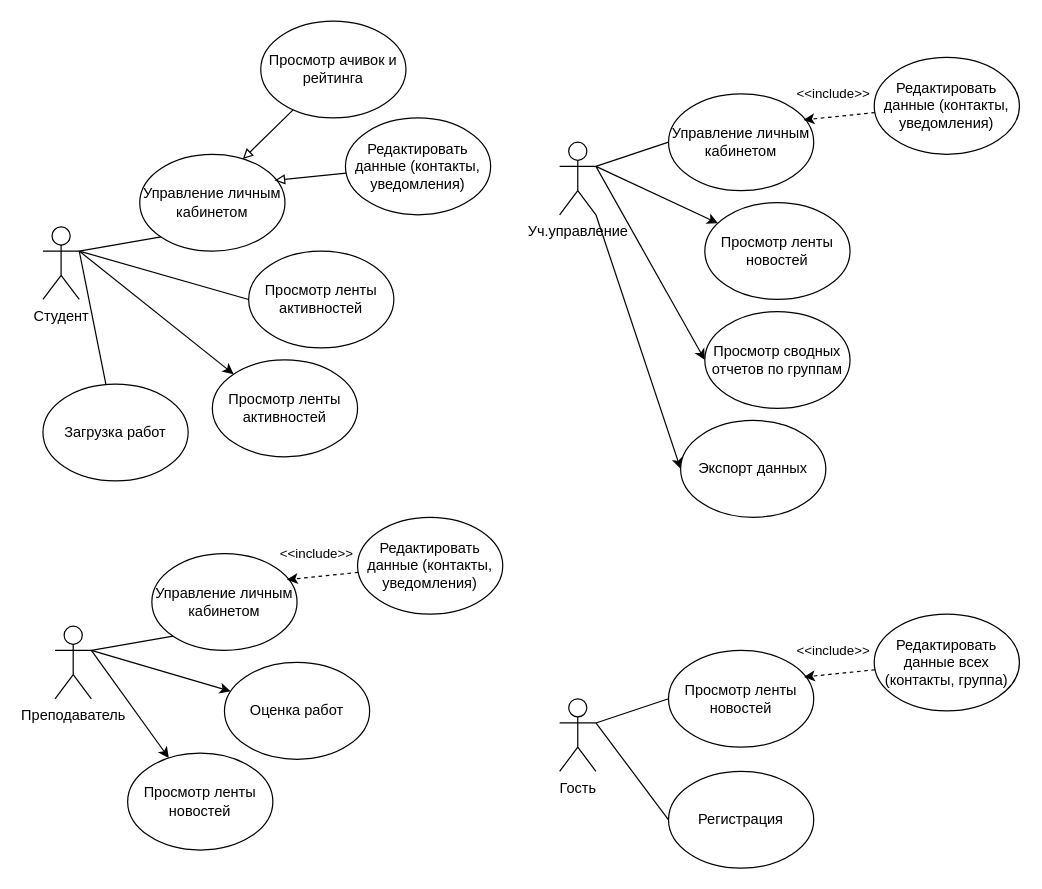
Before: pis2.drawio in danaddi/draw.io, a draw.io diagram. Source tidied: cells renumbered, new cells numbered last; positions are measured from the earlier drawing's top-left corner, leaving out a move shared by most shapes. Both pictures are drawn from the tidied source at 121%, with x=0, y=0 at pixel (42, 21).
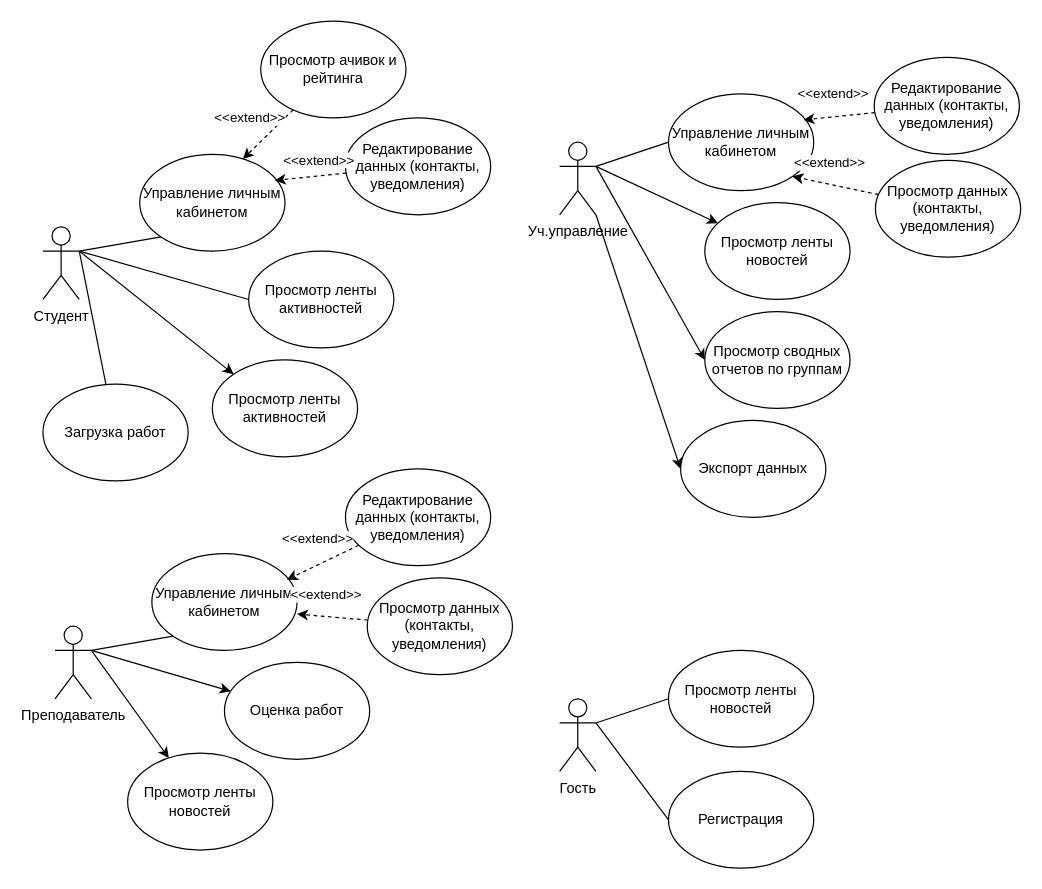
The same diagram, later.

The change refers to these unchanged cells:
```xml
<mxCell id="12" value="Управление личным кабинетом" style="ellipse;whiteSpace=wrap;html=1;" parent="1" vertex="1">
  <mxGeometry x="80" y="110" width="120" height="80" as="geometry" />
</mxCell>
<mxCell id="15" value="Просмотр ачивок и рейтинга" style="ellipse;whiteSpace=wrap;html=1;" parent="1" vertex="1">
  <mxGeometry x="180" width="120" height="80" as="geometry" />
</mxCell>
<mxCell id="25" style="rounded=0;jettySize=auto;html=1;entryX=0.93;entryY=0.27;entryDx=0;entryDy=0;entryPerimeter=0;endArrow=classic;endFill=1;dashed=1;" parent="1" edge="1" source="24" target="23">
  <mxGeometry relative="1" as="geometry" />
</mxCell>
<mxCell id="29" value="Управление личным кабинетом" style="ellipse;whiteSpace=wrap;html=1;" parent="1" vertex="1">
  <mxGeometry x="517" y="60" width="120" height="80" as="geometry" />
</mxCell>
<mxCell id="31" style="rounded=0;jettySize=auto;html=1;entryX=0.93;entryY=0.27;entryDx=0;entryDy=0;entryPerimeter=0;endArrow=classic;endFill=1;dashed=1;" parent="1" edge="1" source="30" target="29">
  <mxGeometry relative="1" as="geometry" />
</mxCell>
```

Change to the diagram source:
```diff
@@
-    <mxCell id="16" value="Редактировать данные (контакты, уведомления)" style="ellipse;whiteSpace=wrap;html=1;" parent="1" vertex="1">
+    <mxCell id="16" value="Редактирование данныx (контакты, уведомления)" style="ellipse;whiteSpace=wrap;html=1;" parent="1" vertex="1">
       <mxGeometry x="250" y="80" width="120" height="80" as="geometry" />
     </mxCell>
@@
-    <mxCell id="19" style="rounded=0;jettySize=auto;html=1;entryX=0.71;entryY=0.05;entryDx=0;entryDy=0;entryPerimeter=0;endArrow=block;endFill=0;" parent="1" edge="1" source="15" target="12">
+    <mxCell id="19" style="rounded=0;jettySize=auto;html=1;entryX=0.71;entryY=0.05;entryDx=0;entryDy=0;entryPerimeter=0;endArrow=classic;endFill=1;dashed=1;" parent="1" edge="1" source="15" target="12">
       <mxGeometry relative="1" as="geometry" />
     </mxCell>
+    <mxCell id="45" value="&amp;lt;&amp;lt;extend&amp;gt;&amp;gt;" style="edgeLabel;html=1;align=center;verticalAlign=middle;" parent="19" vertex="1">
+      <mxGeometry x="0.08" y="-1" relative="1" as="geometry">
+        <mxPoint x="-13" y="-15" as="offset" />
+      </mxGeometry>
+    </mxCell>
-    <mxCell id="20" style="rounded=0;jettySize=auto;html=1;entryX=0.93;entryY=0.27;entryDx=0;entryDy=0;entryPerimeter=0;endArrow=block;endFill=0;" parent="1" edge="1" source="16" target="12">
+    <mxCell id="20" style="rounded=0;jettySize=auto;html=1;entryX=0.93;entryY=0.27;entryDx=0;entryDy=0;entryPerimeter=0;endArrow=classic;endFill=1;dashed=1;" parent="1" edge="1" source="16" target="12">
       <mxGeometry relative="1" as="geometry" />
     </mxCell>
+    <mxCell id="46" value="&amp;lt;&amp;lt;extend&amp;gt;&amp;gt;" style="edgeLabel;html=1;align=center;verticalAlign=middle;" parent="20" vertex="1">
+      <mxGeometry x="-0.21" y="-1" relative="1" as="geometry">
+        <mxPoint y="-12" as="offset" />
+      </mxGeometry>
+    </mxCell>
@@
-    <mxCell id="24" value="Редактировать данные (контакты, уведомления)" style="ellipse;whiteSpace=wrap;html=1;" parent="1" vertex="1">
-      <mxGeometry x="260" y="410" width="120" height="80" as="geometry" />
+    <mxCell id="24" value="Редактирование данных (контакты, уведомления)" style="ellipse;whiteSpace=wrap;html=1;" parent="1" vertex="1">
+      <mxGeometry x="250" y="370" width="120" height="80" as="geometry" />
     </mxCell>
@@
-    <mxCell id="26" value="&amp;lt;&amp;lt;include&amp;gt;&amp;gt;" style="edgeLabel;html=1;align=center;verticalAlign=middle;" parent="25" vertex="1">
+    <mxCell id="26" value="&amp;lt;&amp;lt;extend&amp;gt;&amp;gt;" style="edgeLabel;html=1;align=center;verticalAlign=middle;" parent="25" vertex="1">
       <mxGeometry x="-0.02" relative="1" as="geometry">
         <mxPoint x="-6" y="-19" as="offset" />
       </mxGeometry>
     </mxCell>
@@
-    <mxCell id="30" value="Редактировать данные (контакты, уведомления)" style="ellipse;whiteSpace=wrap;html=1;" parent="1" vertex="1">
+    <mxCell id="30" value="Редактирование данных (контакты, уведомления)" style="ellipse;whiteSpace=wrap;html=1;" parent="1" vertex="1">
       <mxGeometry x="687" y="30" width="120" height="80" as="geometry" />
     </mxCell>
@@
-    <mxCell id="32" value="&amp;lt;&amp;lt;include&amp;gt;&amp;gt;" style="edgeLabel;html=1;align=center;verticalAlign=middle;" parent="31" vertex="1">
+    <mxCell id="32" value="&amp;lt;&amp;lt;extend&amp;gt;&amp;gt;" style="edgeLabel;html=1;align=center;verticalAlign=middle;" parent="31" vertex="1">
       <mxGeometry x="-0.02" relative="1" as="geometry">
         <mxPoint x="-6" y="-19" as="offset" />
       </mxGeometry>
     </mxCell>
@@
-    <mxCell id="41" value="Редактировать данные всех (контакты, группа)" style="ellipse;whiteSpace=wrap;html=1;" parent="1" vertex="1">
-      <mxGeometry x="687" y="490" width="120" height="80" as="geometry" />
-    </mxCell>
@@
-    <mxCell id="43" style="rounded=0;jettySize=auto;html=1;entryX=0.93;entryY=0.27;entryDx=0;entryDy=0;entryPerimeter=0;endArrow=classic;endFill=1;dashed=1;" parent="1" edge="1" source="41">
-      <mxGeometry relative="1" as="geometry">
-        <mxPoint x="629" y="542" as="targetPoint" />
-      </mxGeometry>
-    </mxCell>
-    <mxCell id="44" value="&amp;lt;&amp;lt;include&amp;gt;&amp;gt;" style="edgeLabel;html=1;align=center;verticalAlign=middle;" parent="43" vertex="1">
-      <mxGeometry x="-0.02" relative="1" as="geometry">
-        <mxPoint x="-6" y="-19" as="offset" />
-      </mxGeometry>
-    </mxCell>
+    <mxCell id="47" value="Просмотр данныx (контакты, уведомления)" style="ellipse;whiteSpace=wrap;html=1;" parent="1" vertex="1">
+      <mxGeometry x="268" y="460" width="120" height="80" as="geometry" />
+    </mxCell>
+    <mxCell id="48" style="rounded=0;jettySize=auto;html=1;entryX=1;entryY=0.5;entryDx=0;entryDy=0;endArrow=classic;endFill=1;dashed=1;" parent="1" edge="1" source="47">
+      <mxGeometry relative="1" as="geometry">
+        <mxPoint x="210" y="490" as="targetPoint" />
+      </mxGeometry>
+    </mxCell>
+    <mxCell id="49" value="&amp;lt;&amp;lt;extend&amp;gt;&amp;gt;" style="edgeLabel;html=1;align=center;verticalAlign=middle;" parent="48" vertex="1">
+      <mxGeometry x="-0.02" relative="1" as="geometry">
+        <mxPoint x="-6" y="-19" as="offset" />
+      </mxGeometry>
+    </mxCell>
+    <mxCell id="50" value="Просмотр данныx (контакты, уведомления)" style="ellipse;whiteSpace=wrap;html=1;" parent="1" vertex="1">
+      <mxGeometry x="688" y="115" width="120" height="80" as="geometry" />
+    </mxCell>
+    <mxCell id="51" style="rounded=0;jettySize=auto;html=1;entryX=1;entryY=1;entryDx=0;entryDy=0;endArrow=classic;endFill=1;dashed=1;" parent="1" edge="1" source="50" target="29">
+      <mxGeometry relative="1" as="geometry" />
+    </mxCell>
+    <mxCell id="52" value="&amp;lt;&amp;lt;extend&amp;gt;&amp;gt;" style="edgeLabel;html=1;align=center;verticalAlign=middle;" parent="51" vertex="1">
+      <mxGeometry x="-0.02" relative="1" as="geometry">
+        <mxPoint x="-6" y="-19" as="offset" />
+      </mxGeometry>
+    </mxCell>
```
